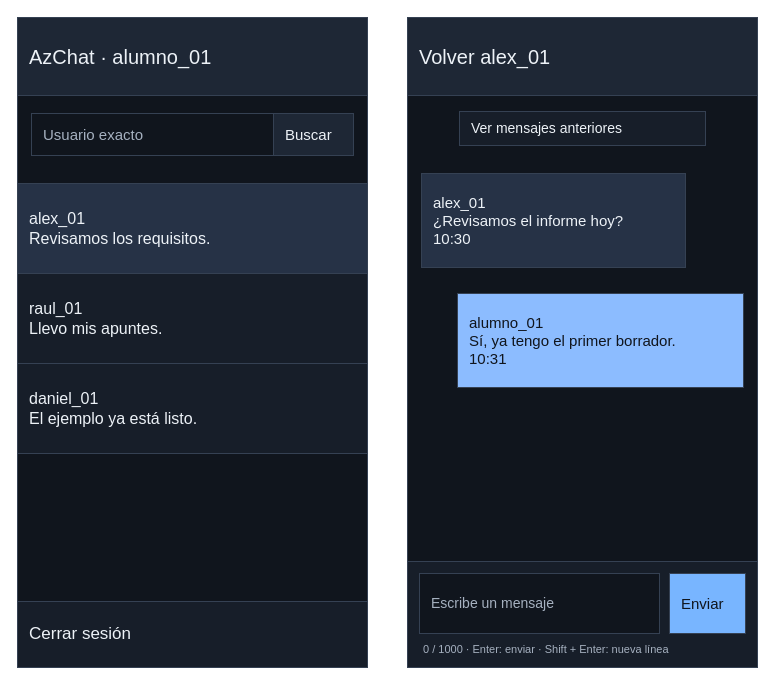
Above: page "Celular: lista y conversación" (5 of 5) of Documentacion/Planificacion/P10_Diseno_de_interfaz/Bocetos_interfaz_AzChat.drawio in antonioapazaq1701-cmyk/AzChat (draw.io), before the change. Source tidied: cells renumbered, new cells numbered last; positions are measured from the earlier drawing's top-left corner, leaving out a move shared by most shapes. Both pictures are drawn from the tidied source at 100%, with x=0, y=0 at pixel (17, 17).
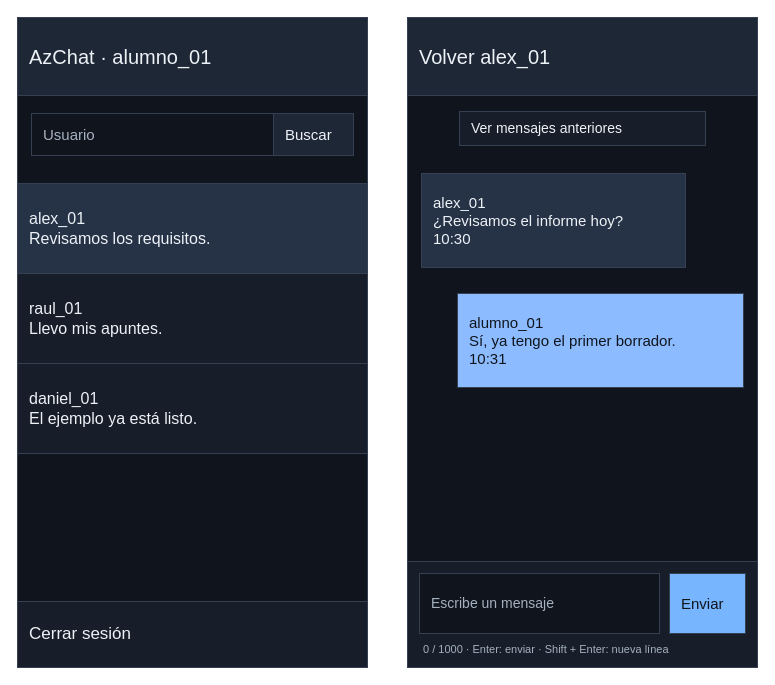
After the change.

The edit, as a diff of the source:
```diff
@@
 <mxGraphModel background="#ffffff">
   <root>
     <mxCell id="0" />
     <mxCell id="1" parent="0" />
     <mxCell id="2" style="rounded=0;html=0;whiteSpace=wrap;fillColor=#10151d;strokeColor=#354153;fontColor=#edf2f7;fontSize=17;fontFamily=Arial;align=left;verticalAlign=middle;spacingLeft=10;" parent="1" vertex="1">
       <mxGeometry width="350" height="650" as="geometry" />
     </mxCell>
     <mxCell id="3" value="AzChat · alumno_01" style="rounded=0;html=0;whiteSpace=wrap;fillColor=#1e2735;strokeColor=#354153;fontColor=#edf2f7;fontSize=20;fontFamily=Arial;align=left;verticalAlign=middle;spacingLeft=10;" parent="1" vertex="1">
       <mxGeometry width="350" height="78" as="geometry" />
     </mxCell>
-    <mxCell id="4" value="Usuario exacto" style="rounded=0;html=0;whiteSpace=wrap;fillColor=#10151d;strokeColor=#354153;fontColor=#a6b1c0;fontSize=15;fontFamily=Arial;align=left;verticalAlign=middle;spacingLeft=10;" parent="1" vertex="1">
+    <mxCell id="4" value="Usuario" style="rounded=0;html=0;whiteSpace=wrap;fillColor=#10151d;strokeColor=#354153;fontColor=#a6b1c0;fontSize=15;fontFamily=Arial;align=left;verticalAlign=middle;spacingLeft=10;" parent="1" vertex="1">
       <mxGeometry x="14" y="96" width="242" height="42" as="geometry" />
     </mxCell>
     <mxCell id="5" value="Buscar" style="rounded=0;html=0;whiteSpace=wrap;fillColor=#1e2735;strokeColor=#354153;fontColor=#edf2f7;fontSize=15;fontFamily=Arial;align=left;verticalAlign=middle;spacingLeft=10;" parent="1" vertex="1">
       <mxGeometry x="256" y="96" width="80" height="42" as="geometry" />
     </mxCell>
     <mxCell id="6" value="alex_01&#10;Revisamos los requisitos." style="rounded=0;html=0;whiteSpace=wrap;fillColor=#263246;strokeColor=#354153;fontColor=#edf2f7;fontSize=16;fontFamily=Arial;align=left;verticalAlign=middle;spacingLeft=10;" parent="1" vertex="1">
       <mxGeometry y="166" width="350" height="90" as="geometry" />
     </mxCell>
     <mxCell id="7" value="raul_01&#10;Llevo mis apuntes." style="rounded=0;html=0;whiteSpace=wrap;fillColor=#171e29;strokeColor=#354153;fontColor=#edf2f7;fontSize=16;fontFamily=Arial;align=left;verticalAlign=middle;spacingLeft=10;" parent="1" vertex="1">
       <mxGeometry y="256" width="350" height="90" as="geometry" />
     </mxCell>
     <mxCell id="8" value="daniel_01&#10;El ejemplo ya está listo." style="rounded=0;html=0;whiteSpace=wrap;fillColor=#171e29;strokeColor=#354153;fontColor=#edf2f7;fontSize=16;fontFamily=Arial;align=left;verticalAlign=middle;spacingLeft=10;" parent="1" vertex="1">
       <mxGeometry y="346" width="350" height="90" as="geometry" />
     </mxCell>
     <mxCell id="9" value="Cerrar sesión" style="rounded=0;html=0;whiteSpace=wrap;fillColor=#171e29;strokeColor=#354153;fontColor=#edf2f7;fontSize=17;fontFamily=Arial;align=left;verticalAlign=middle;spacingLeft=10;" parent="1" vertex="1">
       <mxGeometry y="584" width="350" height="66" as="geometry" />
     </mxCell>
     <mxCell id="10" style="rounded=0;html=0;whiteSpace=wrap;fillColor=#10151d;strokeColor=#354153;fontColor=#edf2f7;fontSize=17;fontFamily=Arial;align=left;verticalAlign=middle;spacingLeft=10;" parent="1" vertex="1">
       <mxGeometry x="390" width="350" height="650" as="geometry" />
     </mxCell>
     <mxCell id="11" value="Volver     alex_01" style="rounded=0;html=0;whiteSpace=wrap;fillColor=#1e2735;strokeColor=#354153;fontColor=#edf2f7;fontSize=20;fontFamily=Arial;align=left;verticalAlign=middle;spacingLeft=10;" parent="1" vertex="1">
       <mxGeometry x="390" width="350" height="78" as="geometry" />
     </mxCell>
     <mxCell id="12" value="Ver mensajes anteriores" style="rounded=0;html=0;whiteSpace=wrap;fillColor=#171e29;strokeColor=#354153;fontColor=#edf2f7;fontSize=14;fontFamily=Arial;align=left;verticalAlign=middle;spacingLeft=10;" parent="1" vertex="1">
       <mxGeometry x="442" y="94" width="246" height="34" as="geometry" />
     </mxCell>
     <mxCell id="13" value="alex_01&#10;¿Revisamos el informe hoy?&#10;10:30" style="rounded=0;html=0;whiteSpace=wrap;fillColor=#263246;strokeColor=#354153;fontColor=#edf2f7;fontSize=15;fontFamily=Arial;align=left;verticalAlign=middle;spacingLeft=10;" parent="1" vertex="1">
       <mxGeometry x="404" y="156" width="264" height="94" as="geometry" />
     </mxCell>
     <mxCell id="14" value="alumno_01&#10;Sí, ya tengo el primer borrador.&#10;10:31" style="rounded=0;html=0;whiteSpace=wrap;fillColor=#8cbcff;strokeColor=#354153;fontColor=#10151d;fontSize=15;fontFamily=Arial;align=left;verticalAlign=middle;spacingLeft=10;" parent="1" vertex="1">
       <mxGeometry x="440" y="276" width="286" height="94" as="geometry" />
     </mxCell>
     <mxCell id="15" style="rounded=0;html=0;whiteSpace=wrap;fillColor=#171e29;strokeColor=#354153;fontColor=#edf2f7;fontSize=17;fontFamily=Arial;align=left;verticalAlign=middle;spacingLeft=10;" parent="1" vertex="1">
       <mxGeometry x="390" y="544" width="350" height="106" as="geometry" />
     </mxCell>
     <mxCell id="16" value="Escribe un mensaje" style="rounded=0;html=0;whiteSpace=wrap;fillColor=#10151d;strokeColor=#354153;fontColor=#a6b1c0;fontSize=14;fontFamily=Arial;align=left;verticalAlign=middle;spacingLeft=10;" parent="1" vertex="1">
       <mxGeometry x="402" y="556" width="240" height="60" as="geometry" />
     </mxCell>
     <mxCell id="17" value="Enviar" style="rounded=0;html=0;whiteSpace=wrap;fillColor=#78b5ff;strokeColor=#354153;fontColor=#10151d;fontSize=15;fontFamily=Arial;align=left;verticalAlign=middle;spacingLeft=10;" parent="1" vertex="1">
       <mxGeometry x="652" y="556" width="76" height="60" as="geometry" />
     </mxCell>
     <mxCell id="18" value="0 / 1000 · Enter: enviar · Shift + Enter: nueva línea" style="rounded=0;html=0;whiteSpace=wrap;fillColor=none;strokeColor=none;fontColor=#a6b1c0;fontSize=11;fontFamily=Arial;align=left;verticalAlign=middle;spacingLeft=10;" parent="1" vertex="1">
       <mxGeometry x="394" y="620" width="340" height="24" as="geometry" />
     </mxCell>
   </root>
 </mxGraphModel>
```
